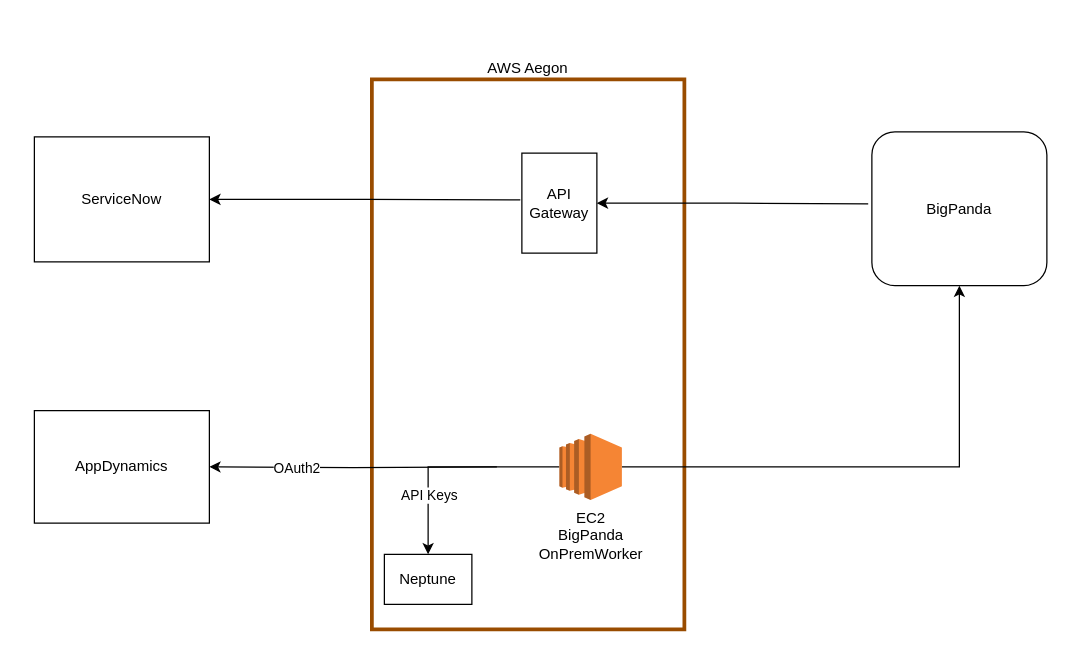
The draw.io diagram page "Target" (1 of 5) of ACBSD-4802 - BigPanda_OnPremWorker_L1Automation/Bp-Worker.drawio in kerbachi/lambda_code, before the edit. Source tidied: cells renumbered, new cells numbered last; positions are measured from the earlier drawing's top-left corner, leaving out a move shared by most shapes. Both pictures are drawn from the tidied source at 125%, with x=0, y=0 at pixel (34, 79).
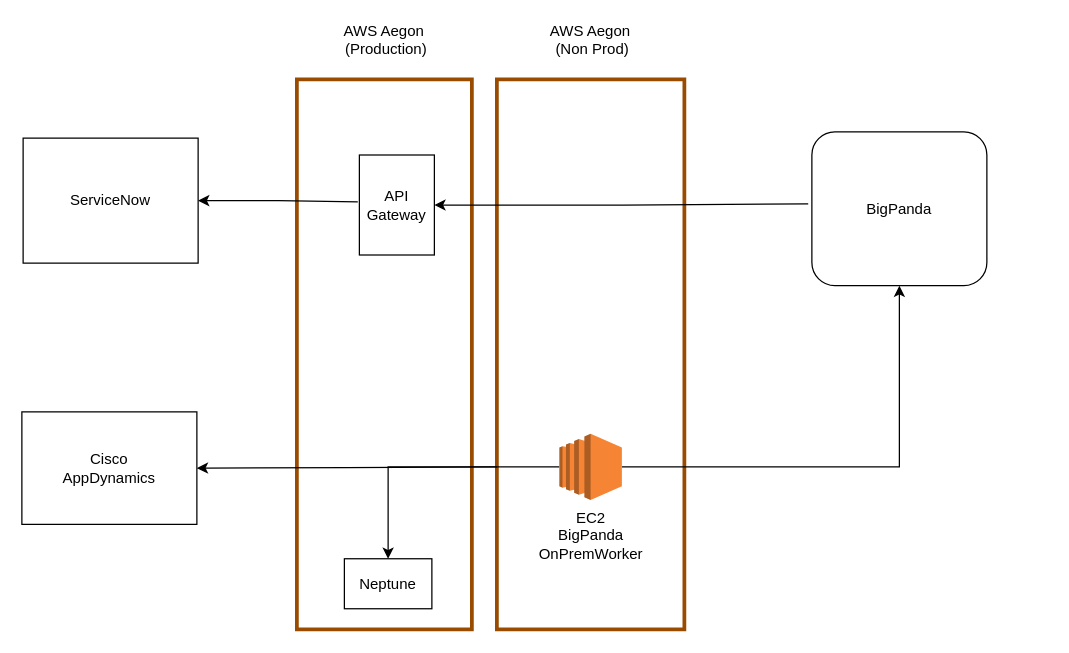
After the change.

What changed in the source:
```diff
@@
 <mxGraphModel>
   <root>
     <mxCell id="0" />
     <mxCell id="1" parent="0" />
+    <mxCell id="16" value="AWS Aegon&lt;br&gt;&amp;nbsp;(Production)&lt;div&gt;&lt;br&gt;&lt;/div&gt;" style="rounded=0;whiteSpace=wrap;html=1;fillColor=none;labelPosition=center;verticalLabelPosition=top;align=center;verticalAlign=bottom;fontColor=#000000;strokeColor=#994C00;strokeWidth=3;" parent="1" vertex="1">
+      <mxGeometry x="210" width="140" height="440" as="geometry" />
+    </mxCell>
     <mxCell id="2" value="BigPanda" style="rounded=1;whiteSpace=wrap;html=1;labelPosition=center;verticalLabelPosition=middle;align=center;verticalAlign=middle;" parent="1" vertex="1">
-      <mxGeometry x="670" y="42" width="140" height="123" as="geometry" />
+      <mxGeometry x="622" y="42" width="140" height="123" as="geometry" />
     </mxCell>
-    <mxCell id="3" value="AWS Aegon" style="rounded=0;whiteSpace=wrap;html=1;fillColor=none;labelPosition=center;verticalLabelPosition=top;align=center;verticalAlign=bottom;fontColor=#000000;strokeColor=#994C00;strokeWidth=3;" parent="1" vertex="1">
-      <mxGeometry x="270" width="250" height="440" as="geometry" />
+    <mxCell id="3" value="AWS Aegon&lt;br&gt;&amp;nbsp;(Non Prod)&lt;div&gt;&lt;br&gt;&lt;/div&gt;" style="rounded=0;whiteSpace=wrap;html=1;fillColor=none;labelPosition=center;verticalLabelPosition=top;align=center;verticalAlign=bottom;fontColor=#000000;strokeColor=#994C00;strokeWidth=3;" parent="1" vertex="1">
+      <mxGeometry x="370" width="150" height="440" as="geometry" />
     </mxCell>
     <mxCell id="4" style="edgeStyle=orthogonalEdgeStyle;rounded=0;jettySize=auto;html=1;entryX=0.5;entryY=1;entryDx=0;entryDy=0;exitX=1;exitY=0.5;exitDx=0;exitDy=0;exitPerimeter=0;" parent="1" edge="1" source="15" target="2">
       <mxGeometry relative="1" as="geometry" />
     </mxCell>
     <mxCell id="5" style="edgeStyle=orthogonalEdgeStyle;rounded=0;jettySize=auto;html=1;exitX=0;exitY=0.5;exitDx=0;exitDy=0;entryX=1;entryY=0.5;entryDx=0;entryDy=0;" parent="1" edge="1" target="11">
       <mxGeometry relative="1" as="geometry">
         <mxPoint x="370" y="310" as="sourcePoint" />
       </mxGeometry>
     </mxCell>
-    <mxCell id="6" value="OAuth2" style="edgeLabel;html=1;align=center;verticalAlign=middle;" parent="5" vertex="1">
-      <mxGeometry x="0.4" relative="1" as="geometry" />
-    </mxCell>
     <mxCell id="7" style="edgeStyle=orthogonalEdgeStyle;rounded=0;jettySize=auto;html=1;entryX=0.5;entryY=0;entryDx=0;entryDy=0;exitX=0;exitY=0.5;exitDx=0;exitDy=0;exitPerimeter=0;" parent="1" edge="1" source="15" target="12">
       <mxGeometry relative="1" as="geometry" />
     </mxCell>
-    <mxCell id="8" value="API Keys" style="edgeLabel;html=1;align=center;verticalAlign=middle;" parent="7" vertex="1">
-      <mxGeometry x="0.45" relative="1" as="geometry" />
-    </mxCell>
     <mxCell id="9" value="ServiceNow" style="rounded=0;whiteSpace=wrap;html=1;" parent="1" vertex="1">
-      <mxGeometry y="46" width="140" height="100" as="geometry" />
+      <mxGeometry x="-9" y="47" width="140" height="100" as="geometry" />
     </mxCell>
     <mxCell id="10" style="edgeStyle=orthogonalEdgeStyle;rounded=0;jettySize=auto;html=1;entryX=-0.021;entryY=0.468;entryDx=0;entryDy=0;entryPerimeter=0;endArrow=none;endFill=0;startArrow=classic;startFill=1;" parent="1" edge="1" source="14" target="2">
       <mxGeometry relative="1" as="geometry" />
     </mxCell>
-    <mxCell id="11" value="AppDynamics" style="rounded=0;whiteSpace=wrap;html=1;" parent="1" vertex="1">
-      <mxGeometry y="265" width="140" height="90" as="geometry" />
+    <mxCell id="11" value="Cisco &lt;br&gt;AppDynamics" style="rounded=0;whiteSpace=wrap;html=1;" parent="1" vertex="1">
+      <mxGeometry x="-10" y="266" width="140" height="90" as="geometry" />
     </mxCell>
     <mxCell id="12" value="Neptune" style="rounded=0;whiteSpace=wrap;html=1;" parent="1" vertex="1">
-      <mxGeometry x="280" y="380" width="70" height="40" as="geometry" />
+      <mxGeometry x="248" y="383.5" width="70" height="40" as="geometry" />
     </mxCell>
     <mxCell id="13" style="edgeStyle=orthogonalEdgeStyle;rounded=0;jettySize=auto;html=1;entryX=-0.021;entryY=0.468;entryDx=0;entryDy=0;entryPerimeter=0;endArrow=none;endFill=0;startArrow=classic;startFill=1;" parent="1" edge="1" source="9" target="14">
       <mxGeometry relative="1" as="geometry" />
     </mxCell>
     <mxCell id="14" value="API Gateway" style="rounded=0;whiteSpace=wrap;html=1;" parent="1" vertex="1">
-      <mxGeometry x="390" y="59" width="60" height="80" as="geometry" />
+      <mxGeometry x="260" y="60.5" width="60" height="80" as="geometry" />
     </mxCell>
     <mxCell id="15" value="&lt;span style=&quot;white-space: normal;&quot;&gt;EC2&lt;br&gt;BigPanda&lt;/span&gt;&lt;br style=&quot;white-space: normal;&quot;&gt;&lt;span style=&quot;white-space: normal;&quot;&gt;OnPremWorker&lt;/span&gt;" style="outlineConnect=0;dashed=0;verticalLabelPosition=bottom;verticalAlign=top;align=center;html=1;shape=mxgraph.aws3.ec2;fillColor=#F58534;gradientColor=none;" parent="1" vertex="1">
       <mxGeometry x="420" y="283.5" width="50" height="53" as="geometry" />
     </mxCell>
   </root>
 </mxGraphModel>
```
